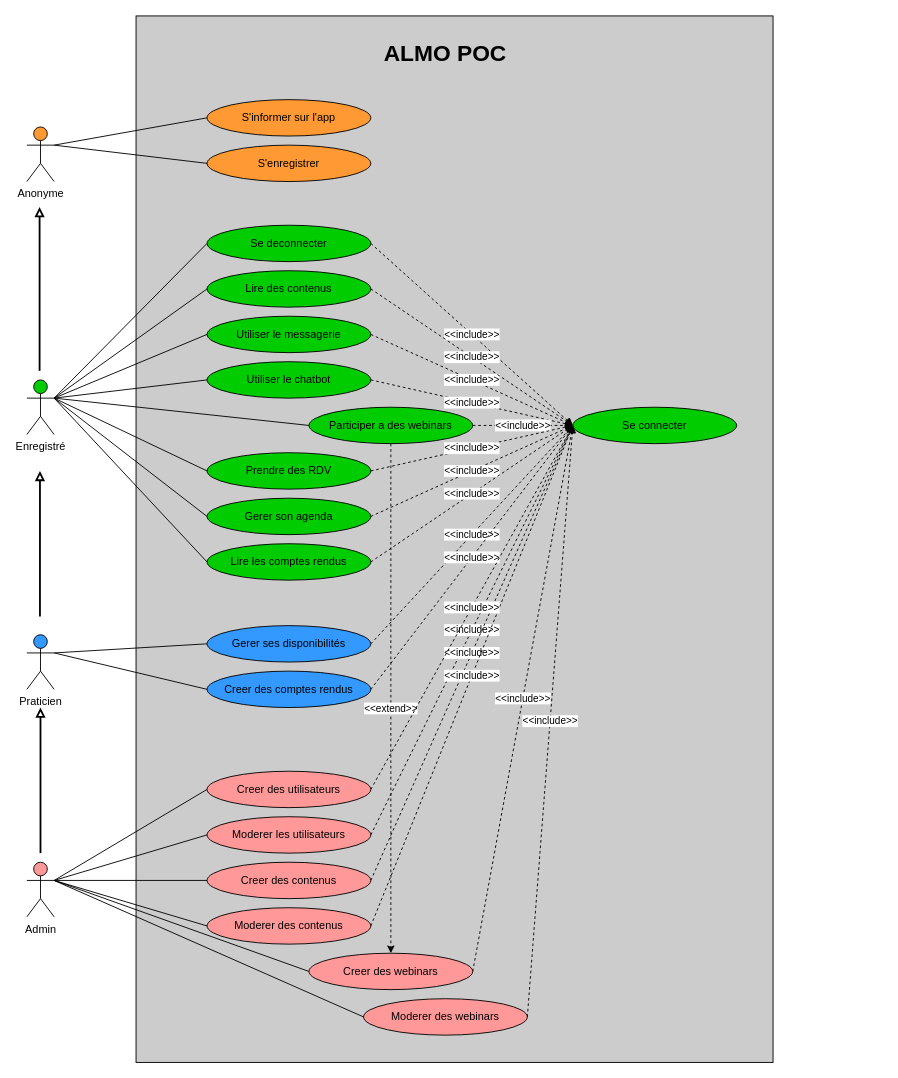
Above: page "Use Cases" (1 of 8) of docs/specs/ALMO_Diagrams.drawio in pptech-ds/Almo (draw.io), before the change. Source tidied: cells renumbered, new cells numbered last; positions are measured from the earlier drawing's top-left corner, leaving out a move shared by most shapes. Both pictures are drawn from the tidied source at 91%, with x=0, y=0 at pixel (26, 15).
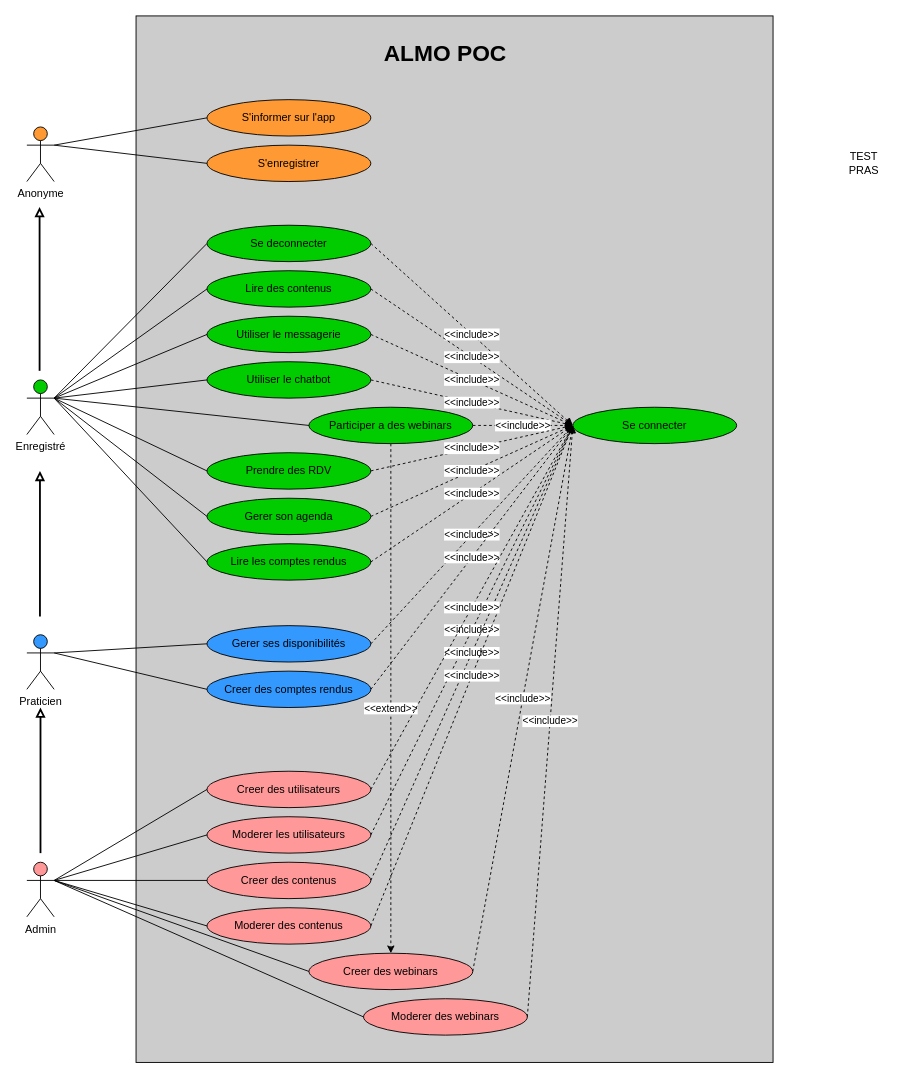
Above is the later version.

Change to the diagram source:
```diff
@@
+    <mxCell id="65" value="TEST PRAS" style="text;html=1;strokeColor=none;fillColor=none;align=center;verticalAlign=middle;whiteSpace=wrap;rounded=0;" parent="1" vertex="1">
+      <mxGeometry x="900" y="152" width="40" height="20" as="geometry" />
+    </mxCell>
```
